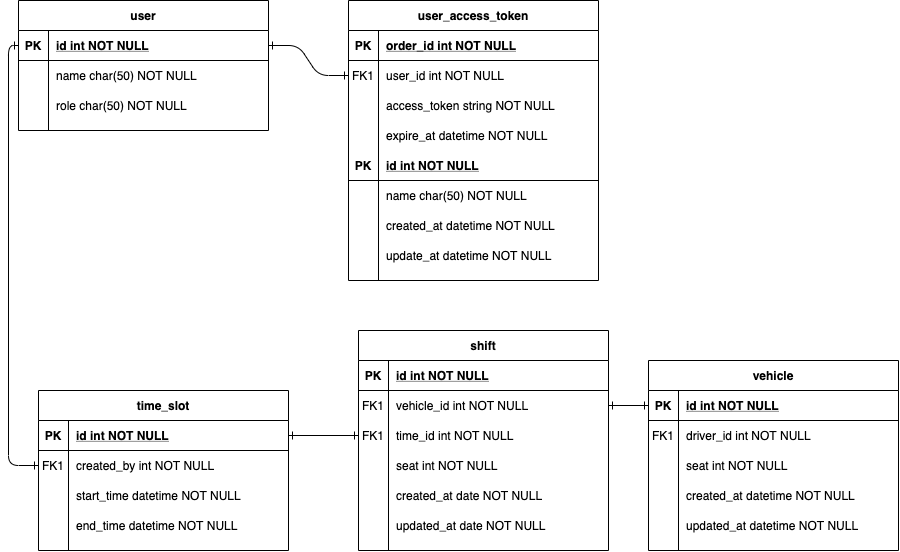
Above: uet_thesis/entity.png in EagleVee/flowchart (draw.io), before the change. Source tidied: cells renumbered, new cells last; positions are measured from the earlier drawing's top-left corner, leaving out a move shared by most shapes.
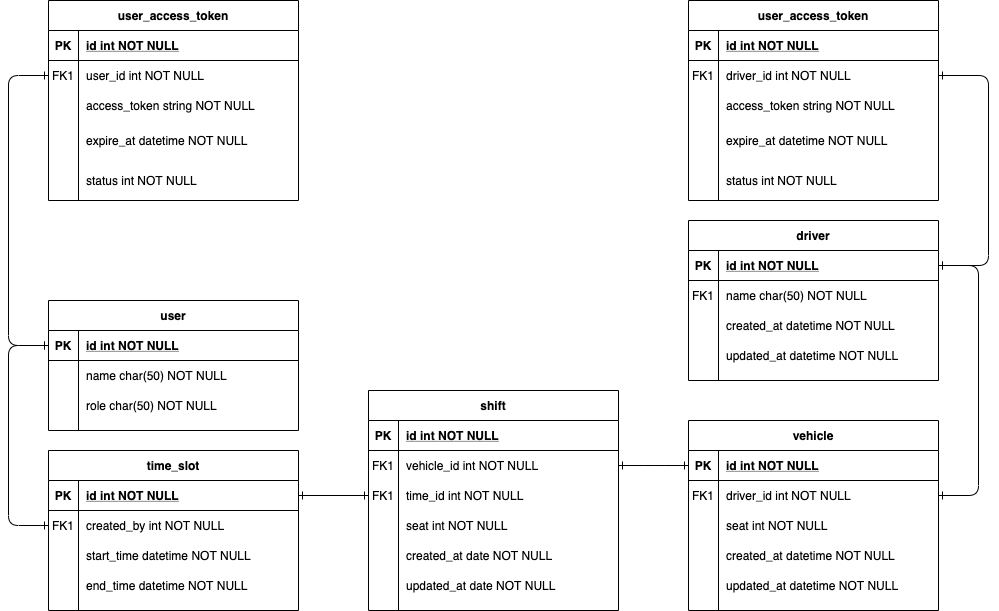
After the commit.

What changed in the source:
```diff
@@ -2,11 +2,16 @@
   <root>
     <mxCell id="0" />
     <mxCell id="1" parent="0" />
-    <mxCell id="2" style="edgeStyle=entityRelationEdgeStyle;endArrow=ERone;startArrow=ERone;endFill=0;startFill=0;" parent="1" edge="1" source="29" target="7">
-      <mxGeometry relative="1" as="geometry" />
+    <mxCell id="2" style="edgeStyle=orthogonalEdgeStyle;endArrow=ERone;startArrow=ERone;endFill=0;startFill=0;exitX=0;exitY=0.5;exitDx=0;exitDy=0;entryX=0;entryY=0.5;entryDx=0;entryDy=0;" parent="1" edge="1" source="29" target="7">
+      <mxGeometry relative="1" as="geometry">
+        <Array as="points">
+          <mxPoint x="-60" y="235" />
+          <mxPoint x="-60" y="-35" />
+        </Array>
+      </mxGeometry>
     </mxCell>
     <mxCell id="3" value="user_access_token" style="shape=table;startSize=30;rowLines=0;fontStyle=1;align=center;" parent="1" vertex="1">
-      <mxGeometry x="330" width="250" height="280" as="geometry" />
+      <mxGeometry x="-20" y="-110" width="250" height="200" as="geometry" />
     </mxCell>
     <mxCell id="4" style="shape=partialRectangle;fillColor=none;top=0;left=0;right=0;bottom=1;" parent="3" vertex="1">
       <mxGeometry y="30" width="250" height="30" as="geometry" />
@@ -14,7 +19,7 @@
     <mxCell id="5" value="PK" style="shape=partialRectangle;overflow=hidden;fillColor=none;top=0;left=0;bottom=0;right=0;fontStyle=1;" parent="4" vertex="1">
       <mxGeometry width="30" height="30" as="geometry" />
     </mxCell>
-    <mxCell id="6" value="order_id int NOT NULL " style="shape=partialRectangle;overflow=hidden;fillColor=none;top=0;left=0;bottom=0;right=0;align=left;spacingLeft=6;fontStyle=5;" parent="4" vertex="1">
+    <mxCell id="6" value="id int NOT NULL " style="shape=partialRectangle;overflow=hidden;fillColor=none;top=0;left=0;bottom=0;right=0;align=left;spacingLeft=6;fontStyle=5;" parent="4" vertex="1">
       <mxGeometry x="30" width="220" height="30" as="geometry" />
     </mxCell>
     <mxCell id="7" style="shape=partialRectangle;fillColor=none;points=[[0,0.5],[1,0.5]];portConstraint=eastwest;top=0;left=0;right=0;bottom=0;" parent="3" vertex="1">
@@ -36,52 +41,25 @@
       <mxGeometry x="30" width="220" height="30" as="geometry" />
     </mxCell>
     <mxCell id="13" style="shape=partialRectangle;fillColor=none;top=0;left=0;right=0;bottom=0;" parent="3" vertex="1">
-      <mxGeometry y="120" width="250" height="30" as="geometry" />
+      <mxGeometry y="120" width="250" height="40" as="geometry" />
     </mxCell>
     <mxCell id="14" style="shape=partialRectangle;overflow=hidden;fillColor=none;top=0;left=0;bottom=0;right=0;" parent="13" vertex="1">
-      <mxGeometry width="30" height="30" as="geometry" />
+      <mxGeometry width="30" height="40" as="geometry" />
     </mxCell>
     <mxCell id="15" value="expire_at datetime NOT NULL" style="shape=partialRectangle;overflow=hidden;fillColor=none;top=0;left=0;bottom=0;right=0;align=left;spacingLeft=6;" parent="13" vertex="1">
-      <mxGeometry x="30" width="220" height="30" as="geometry" />
+      <mxGeometry x="30" width="220" height="40" as="geometry" />
     </mxCell>
-    <mxCell id="16" style="shape=partialRectangle;fillColor=none;top=0;left=0;right=0;bottom=1;" parent="3" vertex="1">
-      <mxGeometry y="150" width="250" height="30" as="geometry" />
-    </mxCell>
-    <mxCell id="17" value="PK" style="shape=partialRectangle;overflow=hidden;fillColor=none;top=0;left=0;bottom=0;right=0;fontStyle=1;" parent="16" vertex="1">
-      <mxGeometry width="30" height="30" as="geometry" />
-    </mxCell>
-    <mxCell id="18" value="id int NOT NULL " style="shape=partialRectangle;overflow=hidden;fillColor=none;top=0;left=0;bottom=0;right=0;align=left;spacingLeft=6;fontStyle=5;" parent="16" vertex="1">
-      <mxGeometry x="30" width="220" height="30" as="geometry" />
-    </mxCell>
-    <mxCell id="19" style="shape=partialRectangle;fillColor=none;top=0;left=0;right=0;bottom=0;" parent="3" vertex="1">
-      <mxGeometry y="180" width="250" height="30" as="geometry" />
-    </mxCell>
-    <mxCell id="20" style="shape=partialRectangle;overflow=hidden;fillColor=none;top=0;left=0;bottom=0;right=0;" parent="19" vertex="1">
-      <mxGeometry width="30" height="30" as="geometry" />
-    </mxCell>
-    <mxCell id="21" value="name char(50) NOT NULL" style="shape=partialRectangle;overflow=hidden;fillColor=none;top=0;left=0;bottom=0;right=0;align=left;spacingLeft=6;" parent="19" vertex="1">
-      <mxGeometry x="30" width="220" height="30" as="geometry" />
-    </mxCell>
-    <mxCell id="22" style="shape=partialRectangle;fillColor=none;top=0;left=0;right=0;bottom=0;" parent="3" vertex="1">
-      <mxGeometry y="210" width="250" height="30" as="geometry" />
-    </mxCell>
-    <mxCell id="23" style="shape=partialRectangle;overflow=hidden;fillColor=none;top=0;left=0;bottom=0;right=0;" parent="22" vertex="1">
-      <mxGeometry width="30" height="30" as="geometry" />
-    </mxCell>
-    <mxCell id="24" value="created_at datetime NOT NULL" style="shape=partialRectangle;overflow=hidden;fillColor=none;top=0;left=0;bottom=0;right=0;align=left;spacingLeft=6;" parent="22" vertex="1">
-      <mxGeometry x="30" width="220" height="30" as="geometry" />
-    </mxCell>
-    <mxCell id="25" style="shape=partialRectangle;fillColor=none;top=0;left=0;right=0;bottom=0;" parent="3" vertex="1">
-      <mxGeometry y="240" width="250" height="30" as="geometry" />
-    </mxCell>
-    <mxCell id="26" style="shape=partialRectangle;overflow=hidden;fillColor=none;top=0;left=0;bottom=0;right=0;" parent="25" vertex="1">
-      <mxGeometry width="30" height="30" as="geometry" />
-    </mxCell>
-    <mxCell id="27" value="update_at datetime NOT NULL" style="shape=partialRectangle;overflow=hidden;fillColor=none;top=0;left=0;bottom=0;right=0;align=left;spacingLeft=6;" parent="25" vertex="1">
-      <mxGeometry x="30" width="220" height="30" as="geometry" />
-    </mxCell>
+    <mxCell id="89" style="shape=partialRectangle;fillColor=none;top=0;left=0;right=0;bottom=0;" parent="3" vertex="1">
+      <mxGeometry y="160" width="250" height="40" as="geometry" />
+    </mxCell>
+    <mxCell id="90" style="shape=partialRectangle;overflow=hidden;fillColor=none;top=0;left=0;bottom=0;right=0;" parent="89" vertex="1">
+      <mxGeometry width="30" height="40" as="geometry" />
+    </mxCell>
+    <mxCell id="91" value="status int NOT NULL" style="shape=partialRectangle;overflow=hidden;fillColor=none;top=0;left=0;bottom=0;right=0;align=left;spacingLeft=6;" parent="89" vertex="1">
+      <mxGeometry x="30" width="220" height="40" as="geometry" />
+    </mxCell>
     <mxCell id="28" value="user" style="shape=table;startSize=30;rowLines=0;fontStyle=1;align=center;" parent="1" vertex="1">
-      <mxGeometry width="250" height="130" as="geometry" />
+      <mxGeometry x="-20" y="190" width="250" height="130" as="geometry" />
     </mxCell>
     <mxCell id="29" style="shape=partialRectangle;fillColor=none;points=[[0,0.5],[1,0.5]];portConstraint=eastwest;top=0;left=0;right=0;bottom=1;" parent="28" vertex="1">
       <mxGeometry y="30" width="250" height="30" as="geometry" />
@@ -111,7 +89,7 @@
       <mxGeometry x="30" width="220" height="30" as="geometry" />
     </mxCell>
     <mxCell id="38" value="time_slot" style="shape=table;startSize=30;rowLines=0;fontStyle=1;align=center;" parent="1" vertex="1">
-      <mxGeometry x="20" y="390" width="250" height="160" as="geometry" />
+      <mxGeometry x="-20" y="340" width="250" height="160" as="geometry" />
     </mxCell>
     <mxCell id="39" style="shape=partialRectangle;fillColor=none;points=[[0,0.5],[1,0.5]];portConstraint=eastwest;top=0;left=0;right=0;bottom=1;" parent="38" vertex="1">
       <mxGeometry y="30" width="250" height="30" as="geometry" />
@@ -150,7 +128,7 @@
       <mxGeometry x="30" width="220" height="30" as="geometry" />
     </mxCell>
     <mxCell id="51" value="vehicle" style="shape=table;startSize=30;rowLines=0;fontStyle=1;align=center;" parent="1" vertex="1">
-      <mxGeometry x="630" y="360" width="250" height="190" as="geometry" />
+      <mxGeometry x="620" y="310" width="250" height="190" as="geometry" />
     </mxCell>
     <mxCell id="52" style="shape=partialRectangle;fillColor=none;points=[[0,0.5],[1,0.5]];portConstraint=eastwest;top=0;left=0;right=0;bottom=1;" parent="51" vertex="1">
       <mxGeometry y="30" width="250" height="30" as="geometry" />
@@ -198,7 +176,7 @@
       <mxGeometry x="30" width="220" height="30" as="geometry" />
     </mxCell>
     <mxCell id="67" value="shift" style="shape=table;startSize=30;rowLines=0;fontStyle=1;align=center;" parent="1" vertex="1">
-      <mxGeometry x="340" y="330" width="250" height="220" as="geometry" />
+      <mxGeometry x="300" y="280" width="250" height="220" as="geometry" />
     </mxCell>
     <mxCell id="68" style="shape=partialRectangle;fillColor=none;top=0;left=0;right=0;bottom=1;" parent="67" vertex="1">
       <mxGeometry y="30" width="250" height="30" as="geometry" />
@@ -255,15 +233,119 @@
       <mxGeometry x="30" width="220" height="30" as="geometry" />
     </mxCell>
     <mxCell id="86" style="edgeStyle=orthogonalEdgeStyle;endArrow=ERone;startArrow=ERone;endFill=0;startFill=0;exitX=0;exitY=0.5;exitDx=0;exitDy=0;entryX=0;entryY=0.5;entryDx=0;entryDy=0;" parent="1" edge="1" source="29" target="42">
-      <mxGeometry relative="1" as="geometry" />
+      <mxGeometry relative="1" as="geometry">
+        <Array as="points">
+          <mxPoint x="-60" y="235" />
+          <mxPoint x="-60" y="415" />
+        </Array>
+      </mxGeometry>
     </mxCell>
     <mxCell id="87" style="edgeStyle=orthogonalEdgeStyle;endArrow=ERone;startArrow=ERone;endFill=0;startFill=0;entryX=0;entryY=0.5;entryDx=0;entryDy=0;curved=1;" parent="1" edge="1" source="39" target="74">
       <mxGeometry relative="1" as="geometry" />
     </mxCell>
-    <mxCell id="88" style="edgeStyle=orthogonalEdgeStyle;endArrow=ERone;startArrow=ERone;endFill=0;startFill=0;curved=1;entryX=0;entryY=0.5;entryDx=0;entryDy=0;" parent="1" edge="1" target="52">
-      <mxGeometry relative="1" as="geometry">
-        <mxPoint x="590" y="405" as="sourcePoint" />
-      </mxGeometry>
+    <mxCell id="88" style="endArrow=ERone;startArrow=ERone;endFill=0;startFill=0;entryX=0;entryY=0.5;entryDx=0;entryDy=0;edgeStyle=elbowEdgeStyle;exitX=1;exitY=0.5;exitDx=0;exitDy=0;" parent="1" edge="1" source="71" target="52">
+      <mxGeometry relative="1" as="geometry" />
     </mxCell>
+    <mxCell id="92" value="driver" style="shape=table;startSize=30;rowLines=0;fontStyle=1;align=center;" parent="1" vertex="1">
+      <mxGeometry x="620" y="110" width="250" height="160" as="geometry" />
+    </mxCell>
+    <mxCell id="93" style="shape=partialRectangle;fillColor=none;points=[[0,0.5],[1,0.5]];portConstraint=eastwest;top=0;left=0;right=0;bottom=1;" parent="92" vertex="1">
+      <mxGeometry y="30" width="250" height="30" as="geometry" />
+    </mxCell>
+    <mxCell id="94" value="PK" style="shape=partialRectangle;overflow=hidden;fillColor=none;top=0;left=0;bottom=0;right=0;fontStyle=1;" parent="93" vertex="1">
+      <mxGeometry width="30" height="30" as="geometry" />
+    </mxCell>
+    <mxCell id="95" value="id int NOT NULL " style="shape=partialRectangle;overflow=hidden;fillColor=none;top=0;left=0;bottom=0;right=0;align=left;spacingLeft=6;fontStyle=5;" parent="93" vertex="1">
+      <mxGeometry x="30" width="220" height="30" as="geometry" />
+    </mxCell>
+    <mxCell id="96" style="shape=partialRectangle;fillColor=none;top=0;left=0;right=0;bottom=0;" parent="92" vertex="1">
+      <mxGeometry y="60" width="250" height="30" as="geometry" />
+    </mxCell>
+    <mxCell id="97" value="FK1" style="shape=partialRectangle;overflow=hidden;fillColor=none;top=0;left=0;bottom=0;right=0;" parent="96" vertex="1">
+      <mxGeometry width="30" height="30" as="geometry" />
+    </mxCell>
+    <mxCell id="21" value="name char(50) NOT NULL" style="shape=partialRectangle;overflow=hidden;fillColor=none;top=0;left=0;bottom=0;right=0;align=left;spacingLeft=6;" parent="96" vertex="1">
+      <mxGeometry x="30" width="220" height="30" as="geometry" />
+    </mxCell>
+    <mxCell id="98" style="shape=partialRectangle;fillColor=none;top=0;left=0;right=0;bottom=0;" parent="92" vertex="1">
+      <mxGeometry y="90" width="250" height="30" as="geometry" />
+    </mxCell>
+    <mxCell id="99" style="shape=partialRectangle;overflow=hidden;fillColor=none;top=0;left=0;bottom=0;right=0;" parent="98" vertex="1">
+      <mxGeometry width="30" height="30" as="geometry" />
+    </mxCell>
+    <mxCell id="24" value="created_at datetime NOT NULL" style="shape=partialRectangle;overflow=hidden;fillColor=none;top=0;left=0;bottom=0;right=0;align=left;spacingLeft=6;" parent="98" vertex="1">
+      <mxGeometry x="30" width="220" height="30" as="geometry" />
+    </mxCell>
+    <mxCell id="100" style="shape=partialRectangle;fillColor=none;top=0;left=0;right=0;bottom=0;" parent="92" vertex="1">
+      <mxGeometry y="120" width="250" height="30" as="geometry" />
+    </mxCell>
+    <mxCell id="101" style="shape=partialRectangle;overflow=hidden;fillColor=none;top=0;left=0;bottom=0;right=0;" parent="100" vertex="1">
+      <mxGeometry width="30" height="30" as="geometry" />
+    </mxCell>
+    <mxCell id="102" value="updated_at datetime NOT NULL" style="shape=partialRectangle;overflow=hidden;fillColor=none;top=0;left=0;bottom=0;right=0;align=left;spacingLeft=6;" parent="100" vertex="1">
+      <mxGeometry x="30" width="220" height="30" as="geometry" />
+    </mxCell>
+    <mxCell id="103" style="edgeStyle=elbowEdgeStyle;endArrow=ERone;startArrow=ERone;endFill=0;startFill=0;entryX=1;entryY=0.5;entryDx=0;entryDy=0;exitX=1;exitY=0.5;exitDx=0;exitDy=0;" parent="1" edge="1" source="93" target="55">
+      <mxGeometry relative="1" as="geometry">
+        <Array as="points">
+          <mxPoint x="910" y="270" />
+        </Array>
+      </mxGeometry>
+    </mxCell>
+    <mxCell id="104" value="user_access_token" style="shape=table;startSize=30;rowLines=0;fontStyle=1;align=center;" parent="1" vertex="1">
+      <mxGeometry x="620" y="-110" width="250" height="200" as="geometry" />
+    </mxCell>
+    <mxCell id="105" style="shape=partialRectangle;fillColor=none;top=0;left=0;right=0;bottom=1;" parent="104" vertex="1">
+      <mxGeometry y="30" width="250" height="30" as="geometry" />
+    </mxCell>
+    <mxCell id="106" value="PK" style="shape=partialRectangle;overflow=hidden;fillColor=none;top=0;left=0;bottom=0;right=0;fontStyle=1;" parent="105" vertex="1">
+      <mxGeometry width="30" height="30" as="geometry" />
+    </mxCell>
+    <mxCell id="107" value="id int NOT NULL " style="shape=partialRectangle;overflow=hidden;fillColor=none;top=0;left=0;bottom=0;right=0;align=left;spacingLeft=6;fontStyle=5;" parent="105" vertex="1">
+      <mxGeometry x="30" width="220" height="30" as="geometry" />
+    </mxCell>
+    <mxCell id="108" style="shape=partialRectangle;fillColor=none;points=[[0,0.5],[1,0.5]];portConstraint=eastwest;top=0;left=0;right=0;bottom=0;" parent="104" vertex="1">
+      <mxGeometry y="60" width="250" height="30" as="geometry" />
+    </mxCell>
+    <mxCell id="109" value="FK1" style="shape=partialRectangle;overflow=hidden;fillColor=none;top=0;left=0;bottom=0;right=0;" parent="108" vertex="1">
+      <mxGeometry width="30" height="30" as="geometry" />
+    </mxCell>
+    <mxCell id="110" value="driver_id int NOT NULL" style="shape=partialRectangle;overflow=hidden;fillColor=none;top=0;left=0;bottom=0;right=0;align=left;spacingLeft=6;" parent="108" vertex="1">
+      <mxGeometry x="30" width="220" height="30" as="geometry" />
+    </mxCell>
+    <mxCell id="111" style="shape=partialRectangle;fillColor=none;top=0;left=0;right=0;bottom=0;" parent="104" vertex="1">
+      <mxGeometry y="90" width="250" height="30" as="geometry" />
+    </mxCell>
+    <mxCell id="112" style="shape=partialRectangle;overflow=hidden;fillColor=none;top=0;left=0;bottom=0;right=0;" parent="111" vertex="1">
+      <mxGeometry width="30" height="30" as="geometry" />
+    </mxCell>
+    <mxCell id="113" value="access_token string NOT NULL" style="shape=partialRectangle;overflow=hidden;fillColor=none;top=0;left=0;bottom=0;right=0;align=left;spacingLeft=6;" parent="111" vertex="1">
+      <mxGeometry x="30" width="220" height="30" as="geometry" />
+    </mxCell>
+    <mxCell id="114" style="shape=partialRectangle;fillColor=none;top=0;left=0;right=0;bottom=0;" parent="104" vertex="1">
+      <mxGeometry y="120" width="250" height="40" as="geometry" />
+    </mxCell>
+    <mxCell id="115" style="shape=partialRectangle;overflow=hidden;fillColor=none;top=0;left=0;bottom=0;right=0;" parent="114" vertex="1">
+      <mxGeometry width="30" height="40" as="geometry" />
+    </mxCell>
+    <mxCell id="116" value="expire_at datetime NOT NULL" style="shape=partialRectangle;overflow=hidden;fillColor=none;top=0;left=0;bottom=0;right=0;align=left;spacingLeft=6;" parent="114" vertex="1">
+      <mxGeometry x="30" width="220" height="40" as="geometry" />
+    </mxCell>
+    <mxCell id="117" style="shape=partialRectangle;fillColor=none;top=0;left=0;right=0;bottom=0;" parent="104" vertex="1">
+      <mxGeometry y="160" width="250" height="40" as="geometry" />
+    </mxCell>
+    <mxCell id="118" style="shape=partialRectangle;overflow=hidden;fillColor=none;top=0;left=0;bottom=0;right=0;" parent="117" vertex="1">
+      <mxGeometry width="30" height="40" as="geometry" />
+    </mxCell>
+    <mxCell id="119" value="status int NOT NULL" style="shape=partialRectangle;overflow=hidden;fillColor=none;top=0;left=0;bottom=0;right=0;align=left;spacingLeft=6;" parent="117" vertex="1">
+      <mxGeometry x="30" width="220" height="40" as="geometry" />
+    </mxCell>
+    <mxCell id="120" style="edgeStyle=elbowEdgeStyle;endArrow=ERone;startArrow=ERone;endFill=0;startFill=0;entryX=1;entryY=0.5;entryDx=0;entryDy=0;exitX=1;exitY=0.5;exitDx=0;exitDy=0;" parent="1" edge="1" source="93" target="108">
+      <mxGeometry relative="1" as="geometry">
+        <Array as="points">
+          <mxPoint x="920" y="280" />
+        </Array>
+      </mxGeometry>
+    </mxCell>
   </root>
 </mxGraphModel>
```
